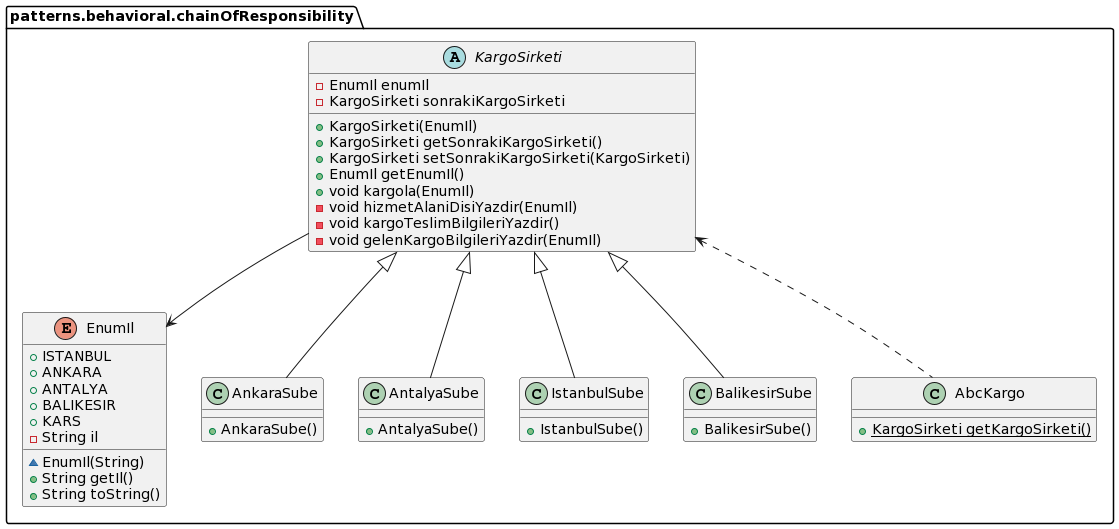
Above: umls/behavioral/ChainOfResponsibilityUML.png in MertBaran/Design-Patterns (PlantUML), before the change. Its diagram source:
```plantuml
@startuml
enum patterns.behavioral.chainOfResponsibility.EnumIl {
+  ISTANBUL
+  ANKARA
+  ANTALYA
+  BALIKESIR
+  KARS
- String il
~ EnumIl(String)
+ String getIl()
+ String toString()
}
class patterns.behavioral.chainOfResponsibility.AnkaraSube {
+ AnkaraSube()
}
class patterns.behavioral.chainOfResponsibility.AntalyaSube {
+ AntalyaSube()
}
class patterns.behavioral.chainOfResponsibility.IstanbulSube {
+ IstanbulSube()
}
class patterns.behavioral.chainOfResponsibility.BalikesirSube {
+ BalikesirSube()
}
class patterns.behavioral.chainOfResponsibility.AbcKargo {
+ {static} KargoSirketi getKargoSirketi()
}
abstract class patterns.behavioral.chainOfResponsibility.KargoSirketi {
- EnumIl enumIl
- KargoSirketi sonrakiKargoSirketi
+ KargoSirketi(EnumIl)
+ KargoSirketi getSonrakiKargoSirketi()
+ KargoSirketi setSonrakiKargoSirketi(KargoSirketi)
+ EnumIl getEnumIl()
+ void kargola(EnumIl)
- void hizmetAlaniDisiYazdir(EnumIl)
- void kargoTeslimBilgileriYazdir()
- void gelenKargoBilgileriYazdir(EnumIl)
}

patterns.behavioral.chainOfResponsibility.KargoSirketi --> patterns.behavioral.chainOfResponsibility.EnumIl
patterns.behavioral.chainOfResponsibility.KargoSirketi <.. patterns.behavioral.chainOfResponsibility.AbcKargo
patterns.behavioral.chainOfResponsibility.KargoSirketi <|-- patterns.behavioral.chainOfResponsibility.AnkaraSube
patterns.behavioral.chainOfResponsibility.KargoSirketi <|-- patterns.behavioral.chainOfResponsibility.AntalyaSube
patterns.behavioral.chainOfResponsibility.KargoSirketi <|-- patterns.behavioral.chainOfResponsibility.IstanbulSube
patterns.behavioral.chainOfResponsibility.KargoSirketi <|-- patterns.behavioral.chainOfResponsibility.BalikesirSube
@enduml
```
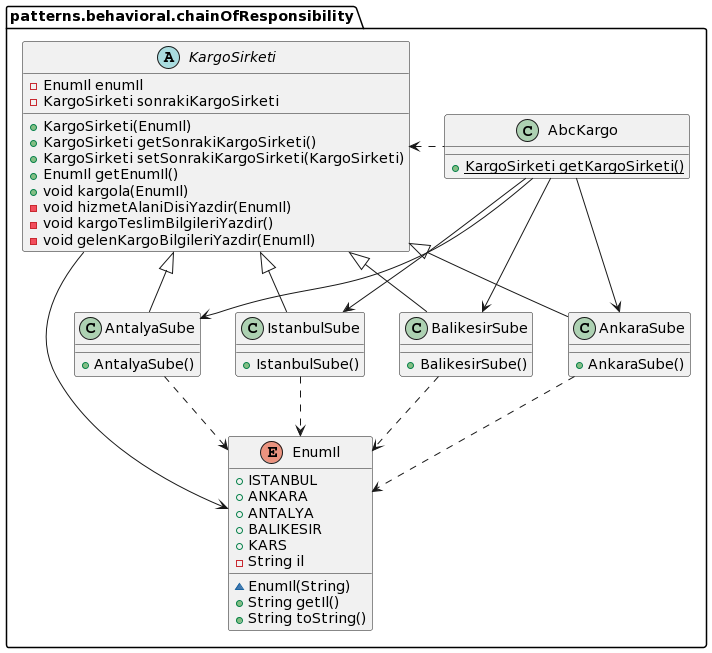
Later version of the same file.

Diff of the diagram source:
```diff
@@ -38,8 +38,16 @@
 - void gelenKargoBilgileriYazdir(EnumIl)
 }
 
+patterns.behavioral.chainOfResponsibility.AbcKargo --> patterns.behavioral.chainOfResponsibility.BalikesirSube
+patterns.behavioral.chainOfResponsibility.AbcKargo --> patterns.behavioral.chainOfResponsibility.AnkaraSube
+patterns.behavioral.chainOfResponsibility.AbcKargo --> patterns.behavioral.chainOfResponsibility.IstanbulSube
+patterns.behavioral.chainOfResponsibility.AbcKargo --> patterns.behavioral.chainOfResponsibility.AntalyaSube
+patterns.behavioral.chainOfResponsibility.IstanbulSube ..> patterns.behavioral.chainOfResponsibility.EnumIl
+patterns.behavioral.chainOfResponsibility.AntalyaSube ..> patterns.behavioral.chainOfResponsibility.EnumIl
+patterns.behavioral.chainOfResponsibility.AnkaraSube ..> patterns.behavioral.chainOfResponsibility.EnumIl
+patterns.behavioral.chainOfResponsibility.BalikesirSube ..> patterns.behavioral.chainOfResponsibility.EnumIl
 patterns.behavioral.chainOfResponsibility.KargoSirketi --> patterns.behavioral.chainOfResponsibility.EnumIl
-patterns.behavioral.chainOfResponsibility.KargoSirketi <.. patterns.behavioral.chainOfResponsibility.AbcKargo
+patterns.behavioral.chainOfResponsibility.KargoSirketi <. patterns.behavioral.chainOfResponsibility.AbcKargo
 patterns.behavioral.chainOfResponsibility.KargoSirketi <|-- patterns.behavioral.chainOfResponsibility.AnkaraSube
 patterns.behavioral.chainOfResponsibility.KargoSirketi <|-- patterns.behavioral.chainOfResponsibility.AntalyaSube
 patterns.behavioral.chainOfResponsibility.KargoSirketi <|-- patterns.behavioral.chainOfResponsibility.IstanbulSube
```
